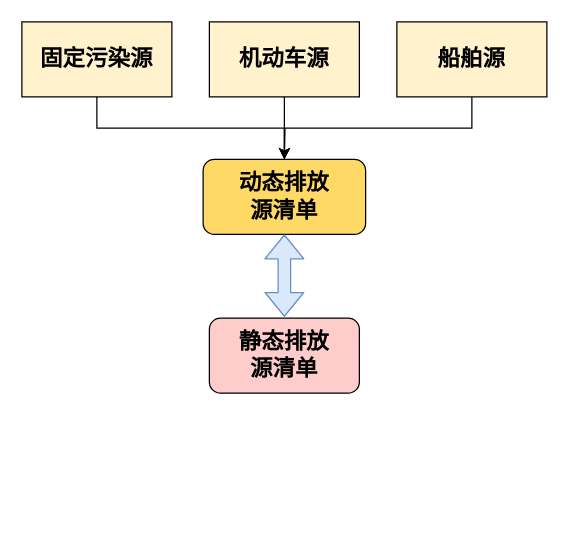
WienWong/Misc keeps this draw.io diagram as 动态源清单内容.drawio. Above is the earlier version. Source tidied: cells renumbered, new cells numbered last; positions are measured from the earlier drawing's top-left corner, leaving out a move shared by most shapes. Both pictures are drawn from the tidied source at 125%, with x=0, y=0 at pixel (21, 21).
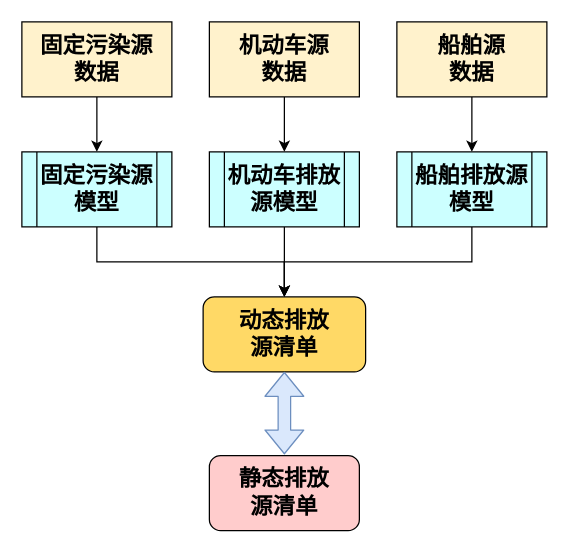
The same diagram, later.

Commit message (it also covers changes not shown here):
Update 动态源清单内容.drawio

What changed in the source:
```diff
@@
 <mxGraphModel>
   <root>
     <mxCell id="0" />
     <mxCell id="1" parent="0" />
     <mxCell id="2" value="&lt;font style=&quot;font-size: 18px&quot;&gt;&lt;b&gt;动态&lt;/b&gt;&lt;b&gt;排放&lt;br&gt;源清单&lt;/b&gt;&lt;b&gt;&lt;br&gt;&lt;/b&gt;&lt;/font&gt;" style="rounded=1;whiteSpace=wrap;html=1;fillColor=#FFD966;" parent="1" vertex="1">
-      <mxGeometry x="145" y="110" width="130" height="60" as="geometry" />
+      <mxGeometry x="145" y="220" width="130" height="60" as="geometry" />
     </mxCell>
-    <mxCell id="3" style="edgeStyle=orthogonalEdgeStyle;rounded=0;jettySize=auto;html=1;exitX=0.5;exitY=1;exitDx=0;exitDy=0;entryX=0.5;entryY=0;entryDx=0;entryDy=0;" parent="1" edge="1" source="4" target="2">
-      <mxGeometry relative="1" as="geometry" />
-    </mxCell>
+    <mxCell id="11" style="edgeStyle=orthogonalEdgeStyle;rounded=0;jettySize=auto;html=1;exitX=0.5;exitY=1;exitDx=0;exitDy=0;entryX=0.5;entryY=0;entryDx=0;entryDy=0;" parent="1" edge="1" source="4" target="15">
+      <mxGeometry relative="1" as="geometry" />
+    </mxCell>
-    <mxCell id="4" value="&lt;b&gt;&lt;font style=&quot;font-size: 18px&quot;&gt;固定污染源&lt;/font&gt;&lt;/b&gt;" style="rounded=0;whiteSpace=wrap;html=1;fillColor=#fff2cc;" parent="1" vertex="1">
+    <mxCell id="4" value="&lt;b&gt;&lt;font style=&quot;font-size: 18px&quot;&gt;固定污染源&lt;br&gt;数据&lt;/font&gt;&lt;/b&gt;" style="rounded=0;whiteSpace=wrap;html=1;fillColor=#fff2cc;" parent="1" vertex="1">
       <mxGeometry width="120" height="60" as="geometry" />
     </mxCell>
-    <mxCell id="5" style="edgeStyle=orthogonalEdgeStyle;rounded=0;jettySize=auto;html=1;exitX=0.5;exitY=1;exitDx=0;exitDy=0;" parent="1" edge="1" source="6">
-      <mxGeometry relative="1" as="geometry">
-        <mxPoint x="210" y="110" as="targetPoint" />
-      </mxGeometry>
-    </mxCell>
+    <mxCell id="12" style="edgeStyle=orthogonalEdgeStyle;rounded=0;jettySize=auto;html=1;exitX=0.5;exitY=1;exitDx=0;exitDy=0;entryX=0.5;entryY=0;entryDx=0;entryDy=0;" parent="1" edge="1" source="6" target="17">
+      <mxGeometry relative="1" as="geometry" />
+    </mxCell>
-    <mxCell id="6" value="&lt;font style=&quot;font-size: 18px&quot;&gt;&lt;b&gt;机动车源&lt;/b&gt;&lt;/font&gt;" style="rounded=0;whiteSpace=wrap;html=1;fillColor=#fff2cc;" parent="1" vertex="1">
+    <mxCell id="6" value="&lt;font style=&quot;font-size: 18px&quot;&gt;&lt;b&gt;机动车源&lt;br&gt;数据&lt;br&gt;&lt;/b&gt;&lt;/font&gt;" style="rounded=0;whiteSpace=wrap;html=1;fillColor=#fff2cc;" parent="1" vertex="1">
       <mxGeometry x="150" width="120" height="60" as="geometry" />
     </mxCell>
-    <mxCell id="7" style="edgeStyle=orthogonalEdgeStyle;rounded=0;jettySize=auto;html=1;exitX=0.5;exitY=1;exitDx=0;exitDy=0;" parent="1" edge="1" source="8">
-      <mxGeometry relative="1" as="geometry">
-        <mxPoint x="210" y="110" as="targetPoint" />
-      </mxGeometry>
-    </mxCell>
+    <mxCell id="13" style="edgeStyle=orthogonalEdgeStyle;rounded=0;jettySize=auto;html=1;exitX=0.5;exitY=1;exitDx=0;exitDy=0;entryX=0.5;entryY=0;entryDx=0;entryDy=0;" parent="1" edge="1" source="8" target="19">
+      <mxGeometry relative="1" as="geometry" />
+    </mxCell>
-    <mxCell id="8" value="&lt;font style=&quot;font-size: 18px&quot;&gt;&lt;b&gt;船舶源&lt;/b&gt;&lt;/font&gt;" style="rounded=0;whiteSpace=wrap;html=1;fillColor=#fff2cc;" parent="1" vertex="1">
+    <mxCell id="8" value="&lt;font style=&quot;font-size: 18px&quot;&gt;&lt;b&gt;船舶源&lt;br&gt;数据&lt;br&gt;&lt;/b&gt;&lt;/font&gt;" style="rounded=0;whiteSpace=wrap;html=1;fillColor=#fff2cc;" parent="1" vertex="1">
       <mxGeometry x="300" width="120" height="60" as="geometry" />
     </mxCell>
     <mxCell id="9" value="&lt;font style=&quot;font-size: 18px&quot;&gt;&lt;b&gt;静态排放&lt;br&gt;源清单&lt;/b&gt;&lt;/font&gt;" style="rounded=1;whiteSpace=wrap;html=1;fillColor=#FFCCCC;" parent="1" vertex="1">
-      <mxGeometry x="150" y="237" width="120" height="60" as="geometry" />
+      <mxGeometry x="150" y="347" width="120" height="60" as="geometry" />
     </mxCell>
     <mxCell id="10" style="shape=flexArrow;endArrow=classic;startArrow=classic;html=1;fillColor=#dae8fc;strokeColor=#6c8ebf;" parent="1" edge="1">
       <mxGeometry relative="1" as="geometry">
-        <mxPoint x="210" y="236" as="sourcePoint" />
-        <mxPoint x="210" y="170" as="targetPoint" />
+        <mxPoint x="210" y="346" as="sourcePoint" />
+        <mxPoint x="210" y="280" as="targetPoint" />
       </mxGeometry>
     </mxCell>
+    <mxCell id="14" style="edgeStyle=orthogonalEdgeStyle;rounded=0;jettySize=auto;html=1;exitX=0.5;exitY=1;exitDx=0;exitDy=0;entryX=0.5;entryY=0;entryDx=0;entryDy=0;" parent="1" edge="1" source="15" target="2">
+      <mxGeometry relative="1" as="geometry" />
+    </mxCell>
+    <mxCell id="15" value="&lt;font style=&quot;font-size: 18px&quot;&gt;&lt;b&gt;固定污染源&lt;br&gt;模型&lt;/b&gt;&lt;/font&gt;" style="shape=process;whiteSpace=wrap;html=1;backgroundOutline=1;fillColor=#CCFFFF;" parent="1" vertex="1">
+      <mxGeometry y="104" width="120" height="60" as="geometry" />
+    </mxCell>
+    <mxCell id="16" style="edgeStyle=orthogonalEdgeStyle;rounded=0;jettySize=auto;html=1;exitX=0.5;exitY=1;exitDx=0;exitDy=0;" parent="1" edge="1" source="17">
+      <mxGeometry relative="1" as="geometry">
+        <mxPoint x="210" y="220" as="targetPoint" />
+      </mxGeometry>
+    </mxCell>
+    <mxCell id="17" value="&lt;font style=&quot;font-size: 18px&quot;&gt;&lt;b&gt;机动车排放源模型&lt;/b&gt;&lt;/font&gt;" style="shape=process;whiteSpace=wrap;html=1;backgroundOutline=1;fillColor=#CCFFFF;" parent="1" vertex="1">
+      <mxGeometry x="150" y="104" width="120" height="60" as="geometry" />
+    </mxCell>
+    <mxCell id="18" style="edgeStyle=orthogonalEdgeStyle;rounded=0;jettySize=auto;html=1;exitX=0.5;exitY=1;exitDx=0;exitDy=0;entryX=0.5;entryY=0;entryDx=0;entryDy=0;" parent="1" edge="1" source="19" target="2">
+      <mxGeometry relative="1" as="geometry" />
+    </mxCell>
+    <mxCell id="19" value="&lt;b&gt;&lt;font style=&quot;font-size: 18px&quot;&gt;船舶排放源&lt;br&gt;模型&lt;/font&gt;&lt;/b&gt;" style="shape=process;whiteSpace=wrap;html=1;backgroundOutline=1;fillColor=#CCFFFF;" parent="1" vertex="1">
+      <mxGeometry x="300" y="104" width="120" height="60" as="geometry" />
+    </mxCell>
   </root>
 </mxGraphModel>
```
